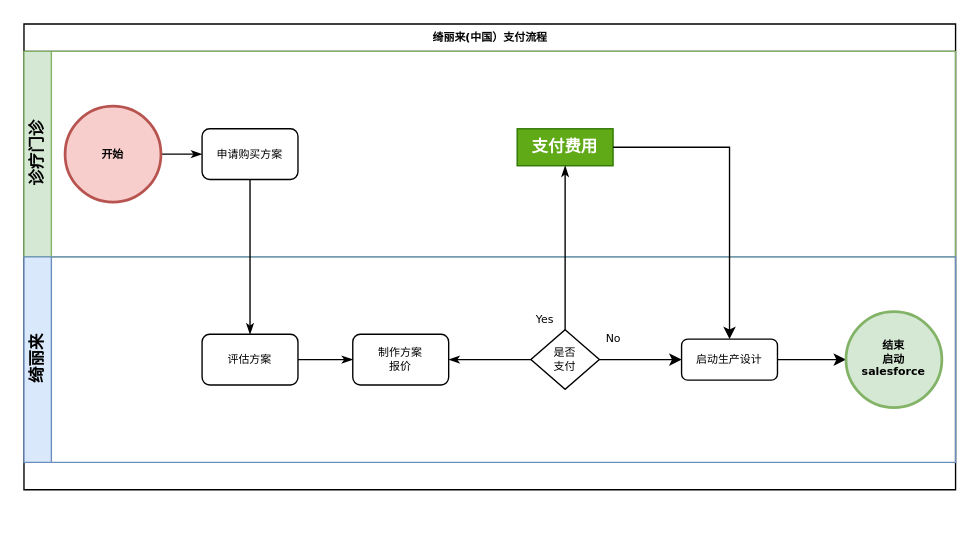
firebear-ssl/ssl keeps this draw.io diagram as Untitled Diagram.drawio. Above is the earlier version. Source tidied: cells renumbered, new cells numbered last; positions are measured from the earlier drawing's top-left corner, leaving out a move shared by most shapes. Both pictures are drawn from the tidied source at 137%, with x=0, y=0 at pixel (23, 23).
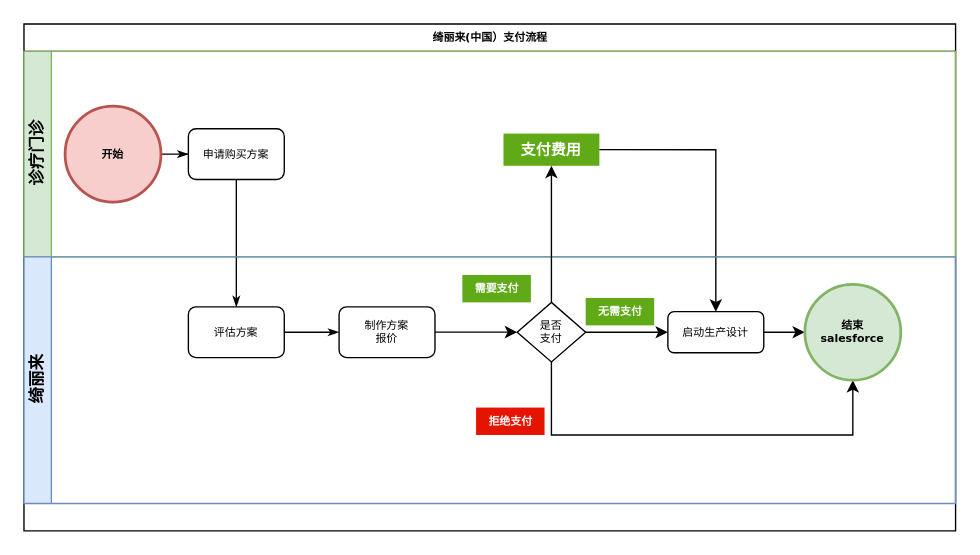
Above is the later version.

The change refers to these unchanged cells:
```xml
<mxCell id="3" value="诊疗门诊" style="swimlane;html=1;startSize=20;horizontal=0;fillColor=#d5e8d4;strokeColor=#82b366;" parent="2" vertex="1">
  <mxGeometry y="20" width="680" height="150" as="geometry" />
</mxCell>
```

Diff of the diagram source:
```diff
@@
     <mxCell id="2" value="绮丽来(中国）支付流程" style="swimlane;html=1;horizontal=1;startSize=20;rounded=0;shadow=0;labelBackgroundColor=none;strokeWidth=1;fontFamily=Verdana;fontSize=8;align=center;" parent="1" vertex="1">
-      <mxGeometry width="680" height="340" as="geometry" />
+      <mxGeometry width="680" height="370" as="geometry" />
     </mxCell>
@@
     <mxCell id="6" value="申请购买方案" style="rounded=1;whiteSpace=wrap;html=1;shadow=0;labelBackgroundColor=none;strokeWidth=1;fontFamily=Verdana;fontSize=8;align=center;" parent="3" vertex="1">
-      <mxGeometry x="130" y="56.5" width="70" height="37" as="geometry" />
+      <mxGeometry x="120" y="56.5" width="70" height="37" as="geometry" />
     </mxCell>
-    <mxCell id="7" value="支付费用" style="rounded=0;whiteSpace=wrap;html=1;fontStyle=1;fillColor=#60a917;strokeColor=#2D7600;fontColor=#ffffff;" parent="3" vertex="1">
-      <mxGeometry x="360" y="56.5" width="70" height="27" as="geometry" />
+    <mxCell id="7" value="支付费用" style="rounded=0;whiteSpace=wrap;html=1;fontStyle=1;fillColor=#60a917;fontColor=#ffffff;strokeColor=none;fontSize=11;" parent="3" vertex="1">
+      <mxGeometry x="350" y="60" width="70" height="23.5" as="geometry" />
     </mxCell>
+    <mxCell id="19" style="edgeStyle=orthogonalEdgeStyle;rounded=0;html=1;labelBackgroundColor=none;startArrow=none;startFill=0;startSize=5;endArrow=classicThin;endFill=1;endSize=5;jettySize=auto;strokeWidth=1;fontFamily=Verdana;fontSize=8;" parent="2" edge="1" source="6" target="11">
+      <mxGeometry relative="1" as="geometry" />
+    </mxCell>
+    <mxCell id="20" style="edgeStyle=orthogonalEdgeStyle;rounded=0;jettySize=auto;html=1;exitX=1;exitY=0.5;exitDx=0;exitDy=0;entryX=0.5;entryY=0;entryDx=0;entryDy=0;" parent="2" edge="1" source="7" target="16">
+      <mxGeometry relative="1" as="geometry" />
+    </mxCell>
-    <mxCell id="8" value="绮丽来" style="swimlane;html=1;startSize=20;horizontal=0;fillColor=#dae8fc;strokeColor=#6c8ebf;" parent="2" vertex="1">
-      <mxGeometry y="170" width="680" height="150" as="geometry" />
+    <mxCell id="8" value="绮丽来" style="swimlane;html=1;startSize=20;horizontal=0;fillColor=#dae8fc;strokeColor=#6c8ebf;fontSize=12;" parent="2" vertex="1">
+      <mxGeometry y="170" width="680" height="180" as="geometry" />
     </mxCell>
@@
+    <mxCell id="21" style="edgeStyle=orthogonalEdgeStyle;rounded=0;jettySize=auto;html=1;entryX=0.5;entryY=1;entryDx=0;entryDy=0;fontSize=8;" parent="8" edge="1" source="10" target="17">
+      <mxGeometry relative="1" as="geometry">
+        <Array as="points">
+          <mxPoint x="385" y="130" />
+          <mxPoint x="605" y="130" />
+        </Array>
+      </mxGeometry>
+    </mxCell>
     <mxCell id="10" value="&lt;div&gt;是否&lt;br&gt;&lt;/div&gt;&lt;div&gt;支付&lt;/div&gt;" style="strokeWidth=1;html=1;shape=mxgraph.flowchart.decision;whiteSpace=wrap;rounded=1;shadow=0;labelBackgroundColor=none;fontFamily=Verdana;fontSize=8;align=center;" parent="8" vertex="1">
-      <mxGeometry x="370" y="53.2" width="50" height="43.5" as="geometry" />
+      <mxGeometry x="360" y="33.2" width="50" height="43.5" as="geometry" />
     </mxCell>
     <mxCell id="11" value="评估方案" style="rounded=1;whiteSpace=wrap;html=1;shadow=0;labelBackgroundColor=none;strokeWidth=1;fontFamily=Verdana;fontSize=8;align=center;" parent="8" vertex="1">
-      <mxGeometry x="130" y="56.5" width="70" height="37" as="geometry" />
+      <mxGeometry x="120" y="36.5" width="70" height="37" as="geometry" />
     </mxCell>
+    <mxCell id="22" style="edgeStyle=orthogonalEdgeStyle;rounded=0;jettySize=auto;html=1;entryX=0;entryY=0.5;entryDx=0;entryDy=0;entryPerimeter=0;" parent="8" edge="1" source="12" target="10">
+      <mxGeometry relative="1" as="geometry" />
+    </mxCell>
     <mxCell id="12" value="&lt;div&gt;制作方案&lt;/div&gt;&lt;div&gt;报价&lt;/div&gt;" style="rounded=1;whiteSpace=wrap;html=1;shadow=0;labelBackgroundColor=none;strokeWidth=1;fontFamily=Verdana;fontSize=8;align=center;" parent="8" vertex="1">
-      <mxGeometry x="240" y="56.5" width="70" height="37" as="geometry" />
+      <mxGeometry x="230" y="36.5" width="70" height="37" as="geometry" />
     </mxCell>
-    <mxCell id="13" value="No" style="edgeStyle=orthogonalEdgeStyle;rounded=0;html=1;labelBackgroundColor=none;startArrow=none;startFill=0;startSize=5;endArrow=classicThin;endFill=1;endSize=5;jettySize=auto;strokeWidth=1;fontFamily=Verdana;fontSize=8;" parent="8" edge="1" source="10" target="12">
-      <mxGeometry x="-1" y="-62" relative="1" as="geometry">
-        <mxPoint x="60" y="47" as="offset" />
-      </mxGeometry>
-    </mxCell>
@@
     <mxCell id="16" value="启动生产设计" style="rounded=1;whiteSpace=wrap;html=1;shadow=0;labelBackgroundColor=none;strokeWidth=1;fontFamily=Verdana;fontSize=8;align=center;" parent="8" vertex="1">
-      <mxGeometry x="480" y="60" width="70" height="30" as="geometry" />
+      <mxGeometry x="470" y="40" width="70" height="30" as="geometry" />
     </mxCell>
-    <mxCell id="17" value="&lt;div&gt;结束&lt;/div&gt;&lt;div&gt;启动&lt;/div&gt;&lt;div&gt;salesforce&lt;br&gt;&lt;/div&gt;" style="ellipse;whiteSpace=wrap;html=1;rounded=0;shadow=0;labelBackgroundColor=none;strokeWidth=2;fontFamily=Verdana;fontSize=8;align=center;fontStyle=1;fillColor=#d5e8d4;strokeColor=#82b366;" parent="8" vertex="1">
-      <mxGeometry x="600" y="40" width="70" height="70" as="geometry" />
+    <mxCell id="17" value="&lt;div&gt;结束&lt;/div&gt;&lt;div&gt;salesforce&lt;br&gt;&lt;/div&gt;" style="ellipse;whiteSpace=wrap;html=1;rounded=0;shadow=0;labelBackgroundColor=none;strokeWidth=2;fontFamily=Verdana;fontSize=8;align=center;fontStyle=1;fillColor=#d5e8d4;strokeColor=#82b366;" parent="8" vertex="1">
+      <mxGeometry x="570" y="20" width="70" height="70" as="geometry" />
     </mxCell>
+    <mxCell id="23" value="无需支付" style="text;html=1;align=center;verticalAlign=middle;fontSize=8;fillColor=#60a917;fontColor=#ffffff;fontStyle=1;" parent="8" vertex="1">
+      <mxGeometry x="410" y="30" width="50" height="20" as="geometry" />
+    </mxCell>
+    <mxCell id="24" value="拒绝支付" style="text;html=1;align=center;verticalAlign=middle;fontSize=8;fillColor=#e51400;fontColor=#ffffff;fontStyle=1;" parent="8" vertex="1">
+      <mxGeometry x="330" y="110" width="50" height="20" as="geometry" />
+    </mxCell>
+    <mxCell id="25" value="需要支付" style="text;html=1;align=center;verticalAlign=middle;fontSize=8;fillColor=#60a917;fontColor=#ffffff;fontStyle=1;" parent="8" vertex="1">
+      <mxGeometry x="320" y="13.2" width="50" height="20" as="geometry" />
+    </mxCell>
-    <mxCell id="18" value="Yes" style="edgeStyle=orthogonalEdgeStyle;rounded=0;html=1;labelBackgroundColor=none;startArrow=none;startFill=0;startSize=5;endArrow=classicThin;endFill=1;endSize=5;jettySize=auto;strokeWidth=1;fontFamily=Verdana;fontSize=8;entryX=0.5;entryY=1;entryDx=0;entryDy=0;" parent="2" edge="1" source="10" target="7">
-      <mxGeometry x="-0.89" y="15" relative="1" as="geometry" />
+    <mxCell id="18" style="edgeStyle=orthogonalEdgeStyle;rounded=0;jettySize=auto;html=1;entryX=0.5;entryY=1;entryDx=0;entryDy=0;fontSize=8;" parent="2" edge="1" source="10" target="7">
+      <mxGeometry relative="1" as="geometry" />
     </mxCell>
-    <mxCell id="19" style="edgeStyle=orthogonalEdgeStyle;rounded=0;html=1;labelBackgroundColor=none;startArrow=none;startFill=0;startSize=5;endArrow=classicThin;endFill=1;endSize=5;jettySize=auto;strokeWidth=1;fontFamily=Verdana;fontSize=8;" parent="2" edge="1" source="6" target="11">
-      <mxGeometry relative="1" as="geometry" />
-    </mxCell>
-    <mxCell id="20" style="edgeStyle=orthogonalEdgeStyle;rounded=0;jettySize=auto;html=1;exitX=1;exitY=0.5;exitDx=0;exitDy=0;entryX=0.5;entryY=0;entryDx=0;entryDy=0;" parent="2" edge="1" source="7" target="16">
-      <mxGeometry relative="1" as="geometry" />
-    </mxCell>
```
